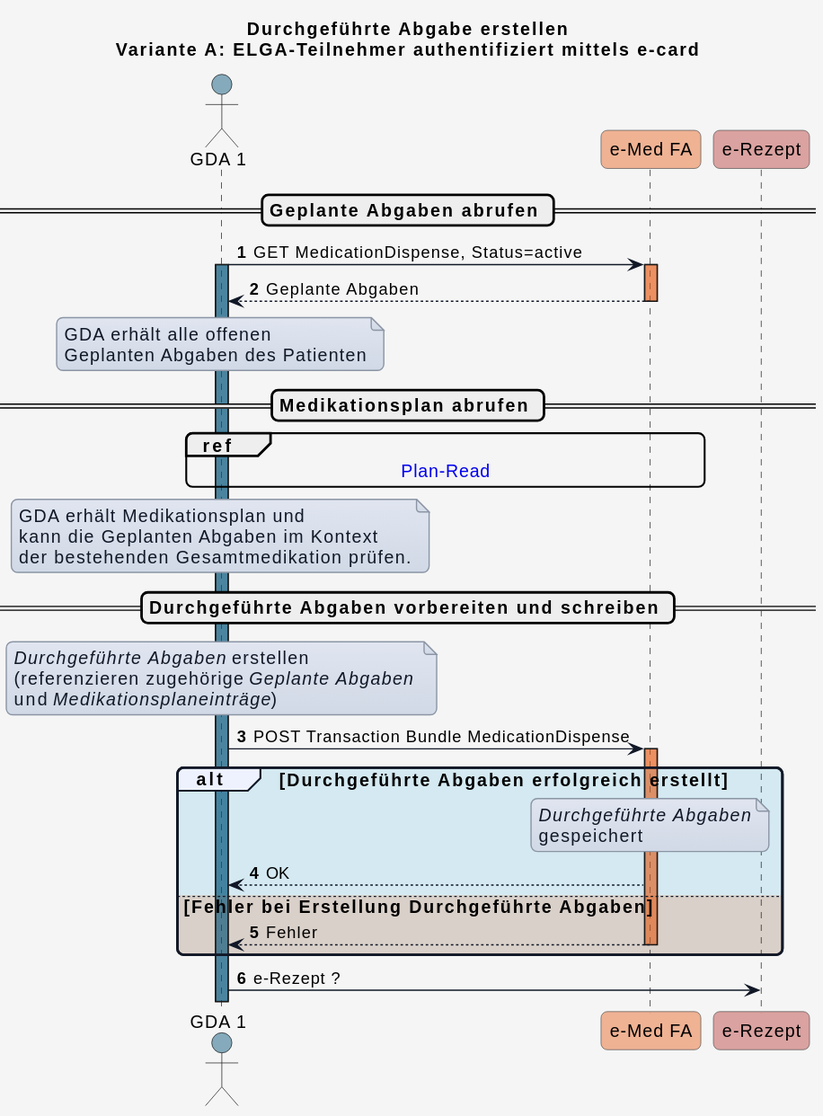
Before: input/images/plantuml/UC_eMed_09_01_a.svg, a diagram exported from PlantUML (HL7Austria/ELGA-e-Medikation-R4).
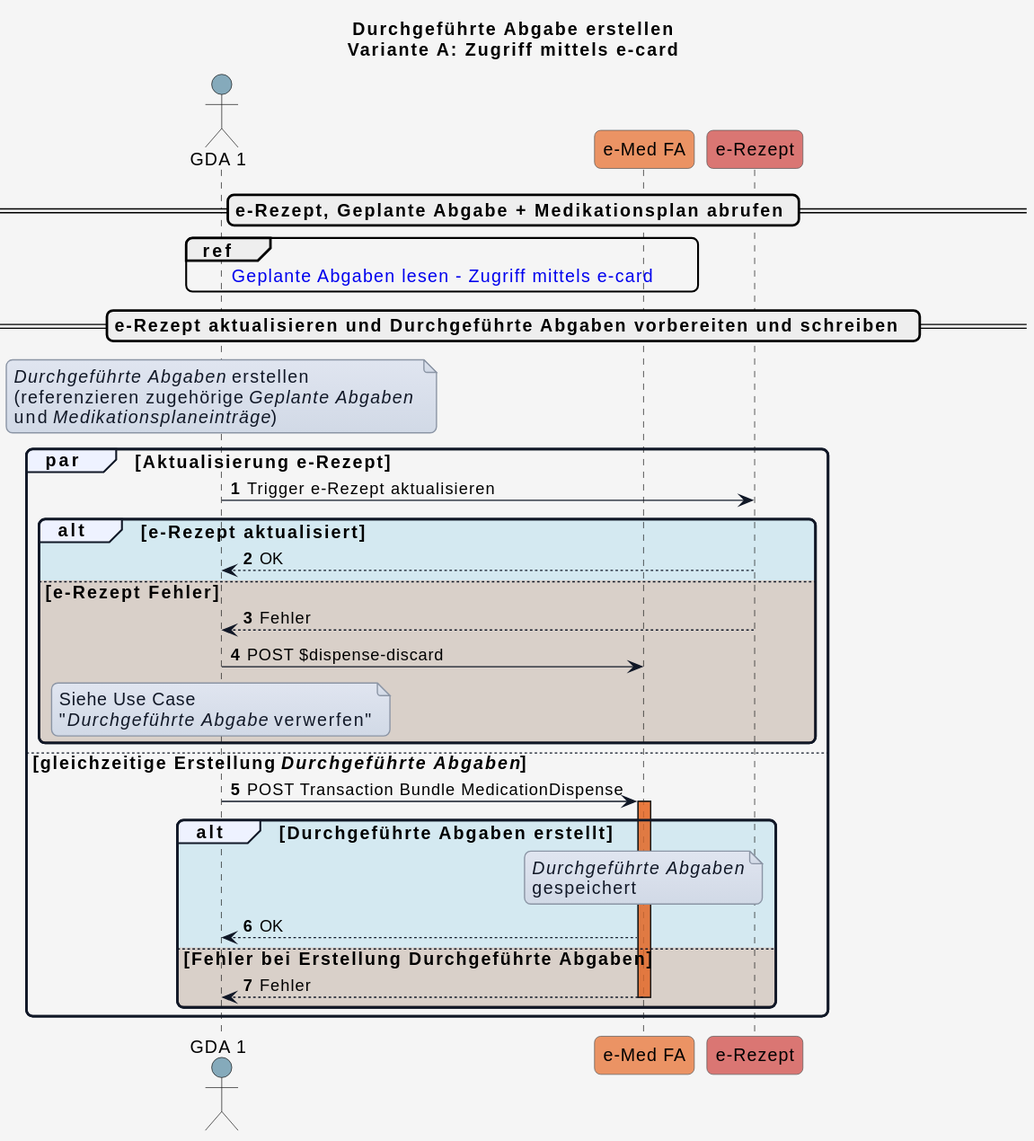
Above is the later version.

Diff of the diagram source:
```diff
@@ -1,5 +1,5 @@
 @startuml
-title Durchgeführte Abgabe erstellen\nVariante A: ELGA-Teilnehmer authentifiziert mittels e-card
+title Durchgeführte Abgabe erstellen\nVariante A: Zugriff mittels e-card
 
 
 skinparam borderColor #000000
@@ -42,42 +42,23 @@
 !define COLOR_GDA_2    #96607D80
 !define COLOR_PATIENT  #196B2480
 !define COLOR_APO      #0F9ED590
-!define COLOR_EMED_FA  #E9713280
-!define COLOR_E_REZEPT #C0504D80
+!define COLOR_EMED_FA  #e97232bd
+!define COLOR_E_REZEPT #cd3732a9
 
 !define COLOR_OK       #0F9ED525
 !define COLOR_ERROR    #E9713235
 
 actor GDA_1 as "GDA 1" COLOR_GDA_1
-
 participant eMed_FA as "e-Med FA" COLOR_EMED_FA
-
 participant e_Rezept as "e-Rezept" COLOR_E_REZEPT
 
 autonumber
 
-== Geplante Abgaben abrufen ==
+== e-Rezept, Geplante Abgabe + Medikationsplan abrufen ==
 
-GDA_1 -> eMed_FA: GET MedicationDispense, Status=active
-activate GDA_1 COLOR_GDA_1
-activate eMed_FA COLOR_EMED_FA
-eMed_FA --> GDA_1: Geplante Abgaben
-deactivate eMed_FA
-note over GDA_1
-GDA erhält alle offenen
-Geplanten Abgaben des Patienten
-end note
+  ref over GDA_1, eMed_FA : [[Sub_UC_eMed_07_01.html#sub_uc_emed_07_01_a-zugriff-mittels-e-card Geplante Abgaben lesen - Zugriff mittels e-card]]
 
-== Medikationsplan abrufen ==
-
-ref over GDA_1, eMed_FA : [[interactions.html#sequenzdiagramm-plan-read Plan-Read]]
-note over GDA_1
-GDA erhält Medikationsplan und
-kann die Geplanten Abgaben im Kontext
-der bestehenden Gesamtmedikation prüfen.
-end note
-
-== Durchgeführte Abgaben vorbereiten und schreiben ==
+== e-Rezept aktualisieren und Durchgeführte Abgaben vorbereiten und schreiben  ==
 
 note over GDA_1
 <i>Durchgeführte Abgaben</i> erstellen
@@ -85,23 +66,46 @@
 und <i>Medikationsplaneinträge</i>)
 end note
 
-GDA_1 -> eMed_FA: POST Transaction Bundle MedicationDispense
-activate eMed_FA COLOR_EMED_FA
 
-alt COLOR_OK Durchgeführte Abgaben erfolgreich erstellt
+par Aktualisierung e-Rezept
 
-  note over eMed_FA
-  <i>Durchgeführte Abgaben</i>
-  gespeichert
-  end note
+  GDA_1 -> e_Rezept: Trigger e-Rezept aktualisieren
 
-  eMed_FA --> GDA_1: OK
+  alt COLOR_OK e-Rezept aktualisiert
+    e_Rezept --> GDA_1: OK
 
-else COLOR_ERROR Fehler bei Erstellung Durchgeführte Abgaben
-  eMed_FA --> GDA_1: Fehler
-  deactivate eMed_FA
+  else COLOR_ERROR e-Rezept Fehler
+    e_Rezept --> GDA_1: Fehler
+    deactivate e_Rezept
 
+    GDA_1 -> eMed_FA: POST $dispense-discard​
+
+    note over GDA_1
+    Siehe Use Case
+    "<i>Durchgeführte Abgabe</i> verwerfen"
+    end note
+  end
+
+
+
+else gleichzeitige Erstellung <i>Durchgeführte Abgaben</i>
+
+  GDA_1 -> eMed_FA: POST Transaction Bundle MedicationDispense
+  activate eMed_FA COLOR_EMED_FA
+
+  alt COLOR_OK Durchgeführte Abgaben erstellt
+
+    note over eMed_FA
+    <i>Durchgeführte Abgaben</i>
+    gespeichert
+    end note
+
+    eMed_FA --> GDA_1: OK
+
+  else COLOR_ERROR Fehler bei Erstellung Durchgeführte Abgaben
+    eMed_FA --> GDA_1: Fehler
+    deactivate eMed_FA
+
+  end
 end
-
-GDA_1 -> e_Rezept:  e-Rezept ?
 @enduml
```
